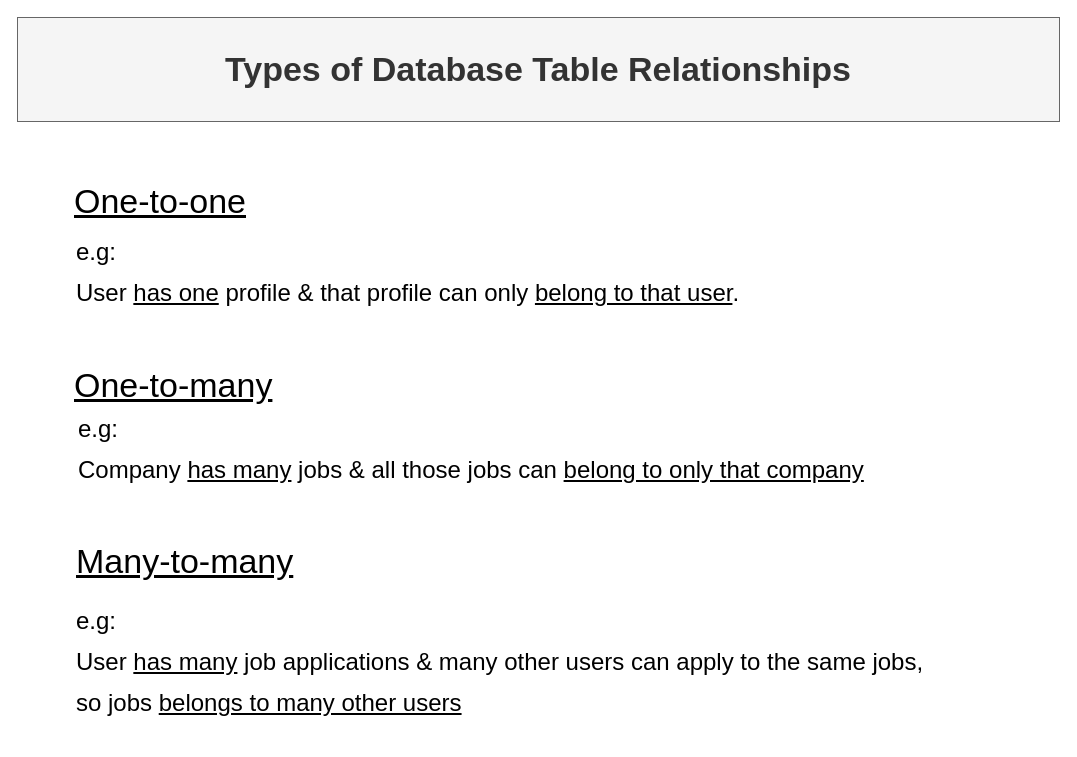
Before: page "Relationship Types" (13 of 13) of JobPlus/Untitled Diagram.drawio in kingsley-ijomah/draw.io, a draw.io diagram. Source tidied: cells renumbered, new cells numbered last; positions are measured from the earlier drawing's top-left corner, leaving out a move shared by most shapes. Both pictures are drawn from the tidied source at 100%, with x=0, y=0 at pixel (17, 17).
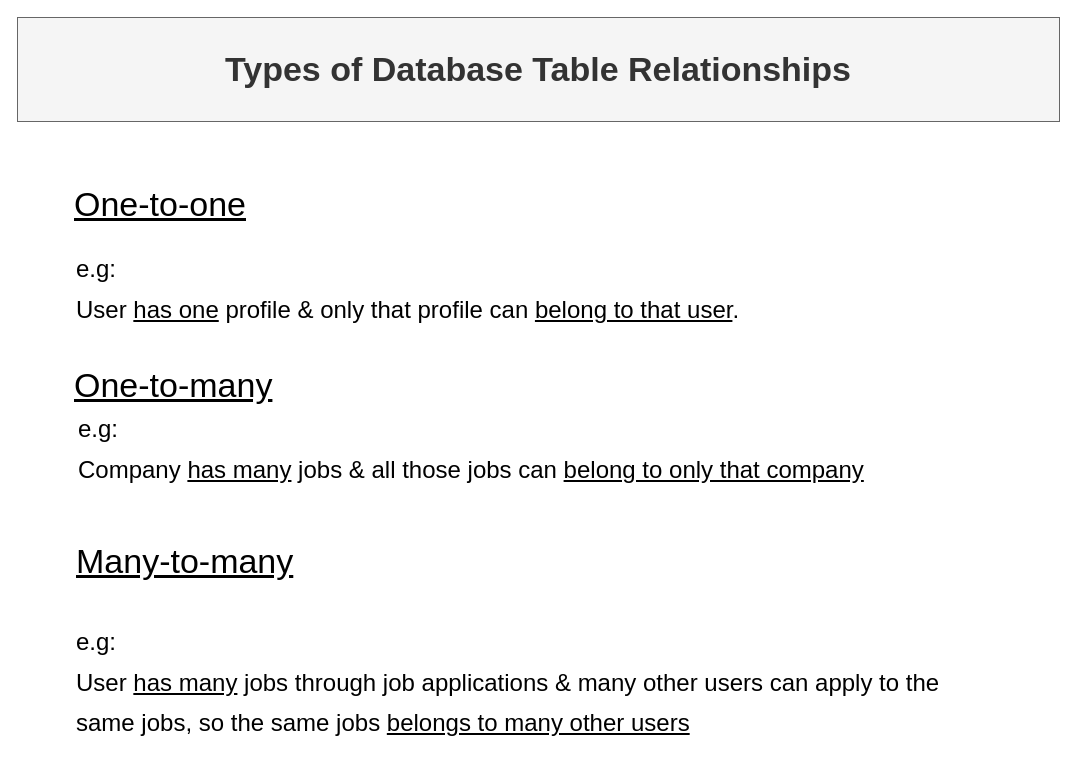
Above is the later version.

What changed in the source:
```diff
@@
 <mxGraphModel>
   <root>
     <mxCell id="0" />
     <mxCell id="1" parent="0" />
     <mxCell id="2" value="Types of Database Table Relationships" style="text;html=1;strokeColor=#666666;fillColor=#f5f5f5;align=center;verticalAlign=middle;whiteSpace=wrap;rounded=0;labelBackgroundColor=none;labelBorderColor=none;fontSize=34;fontStyle=1;fontColor=#333333;" parent="1" vertex="1">
       <mxGeometry width="1042" height="104" as="geometry" />
     </mxCell>
     <mxCell id="3" style="group;" parent="1" vertex="1">
-      <mxGeometry x="55" y="169" width="777" height="120" as="geometry" />
+      <mxGeometry x="55" y="169" width="777" height="146" as="geometry" />
     </mxCell>
     <mxCell id="4" value="&lt;u&gt;One-to-one&lt;/u&gt;" style="text;html=1;strokeColor=none;fillColor=none;align=left;verticalAlign=middle;whiteSpace=wrap;rounded=0;labelBackgroundColor=none;labelBorderColor=none;fontSize=34;" parent="3" vertex="1">
-      <mxGeometry width="274" height="30" as="geometry" />
+      <mxGeometry width="274" height="36.5" as="geometry" />
     </mxCell>
-    <mxCell id="5" value="&lt;font style=&quot;font-size: 24px;&quot;&gt;e.g: &lt;br&gt;User &lt;u&gt;has one&lt;/u&gt; profile &amp;amp; that profile can only &lt;u&gt;belong to that user&lt;/u&gt;.&lt;/font&gt;" style="text;html=1;strokeColor=none;fillColor=none;align=left;verticalAlign=middle;whiteSpace=wrap;rounded=0;labelBackgroundColor=none;labelBorderColor=none;fontSize=34;" parent="3" vertex="1">
-      <mxGeometry x="2" y="43" width="775" height="77" as="geometry" />
+    <mxCell id="5" value="&lt;font style=&quot;font-size: 24px;&quot;&gt;e.g: &lt;br&gt;User &lt;u&gt;has one&lt;/u&gt; profile &amp;amp; only that profile can&amp;nbsp;&lt;u&gt;belong to that user&lt;/u&gt;.&lt;/font&gt;" style="text;html=1;strokeColor=none;fillColor=none;align=left;verticalAlign=middle;whiteSpace=wrap;rounded=0;labelBackgroundColor=none;labelBorderColor=none;fontSize=34;" parent="3" vertex="1">
+      <mxGeometry x="2" y="52.3" width="775" height="93.7" as="geometry" />
     </mxCell>
     <mxCell id="6" style="group;" parent="1" vertex="1">
       <mxGeometry x="55" y="353" width="845" height="113" as="geometry" />
     </mxCell>
     <mxCell id="7" value="&lt;u&gt;One-to-many&lt;/u&gt;" style="text;html=1;strokeColor=none;fillColor=none;align=left;verticalAlign=middle;whiteSpace=wrap;rounded=0;labelBackgroundColor=none;labelBorderColor=none;fontSize=34;" parent="6" vertex="1">
       <mxGeometry width="274" height="30" as="geometry" />
     </mxCell>
     <mxCell id="8" value="&lt;font style=&quot;font-size: 24px;&quot;&gt;e.g: &lt;br&gt;Company &lt;u&gt;has many&lt;/u&gt; jobs &amp;amp; all those jobs can &lt;u&gt;belong to only that company&lt;/u&gt;&lt;br&gt;&lt;/font&gt;" style="text;html=1;strokeColor=none;fillColor=none;align=left;verticalAlign=middle;whiteSpace=wrap;rounded=0;labelBackgroundColor=none;labelBorderColor=none;fontSize=34;" parent="6" vertex="1">
       <mxGeometry x="4" y="36" width="841" height="77" as="geometry" />
     </mxCell>
     <mxCell id="9" style="group;" parent="1" vertex="1">
       <mxGeometry x="57" y="529" width="881" height="169" as="geometry" />
     </mxCell>
     <mxCell id="10" value="&lt;u&gt;Many-to-many&lt;/u&gt;" style="text;html=1;strokeColor=none;fillColor=none;align=left;verticalAlign=middle;whiteSpace=wrap;rounded=0;labelBackgroundColor=none;labelBorderColor=none;fontSize=34;" parent="9" vertex="1">
       <mxGeometry width="274" height="30" as="geometry" />
     </mxCell>
-    <mxCell id="11" value="&lt;font style=&quot;font-size: 24px;&quot;&gt;e.g: &lt;br&gt;User &lt;u&gt;has many&lt;/u&gt; job applications &amp;amp; many other users can apply to the same jobs, so jobs &lt;u&gt;belongs to many other users&lt;/u&gt;&lt;br&gt;&lt;/font&gt;" style="text;html=1;strokeColor=none;fillColor=none;align=left;verticalAlign=middle;whiteSpace=wrap;rounded=0;labelBackgroundColor=none;labelBorderColor=none;fontSize=34;" parent="9" vertex="1">
+    <mxCell id="11" value="&lt;font style=&quot;font-size: 24px;&quot;&gt;&lt;br&gt;e.g: &lt;br&gt;User &lt;u&gt;has many&lt;/u&gt; jobs through job applications &amp;amp; many other users can apply to the same jobs, so the same jobs &lt;u&gt;belongs to many other users&lt;/u&gt;&lt;br&gt;&lt;/font&gt;" style="text;html=1;strokeColor=none;fillColor=none;align=left;verticalAlign=middle;whiteSpace=wrap;rounded=0;labelBackgroundColor=none;labelBorderColor=none;fontSize=34;" parent="9" vertex="1">
       <mxGeometry y="55" width="881" height="114" as="geometry" />
     </mxCell>
   </root>
 </mxGraphModel>
```
